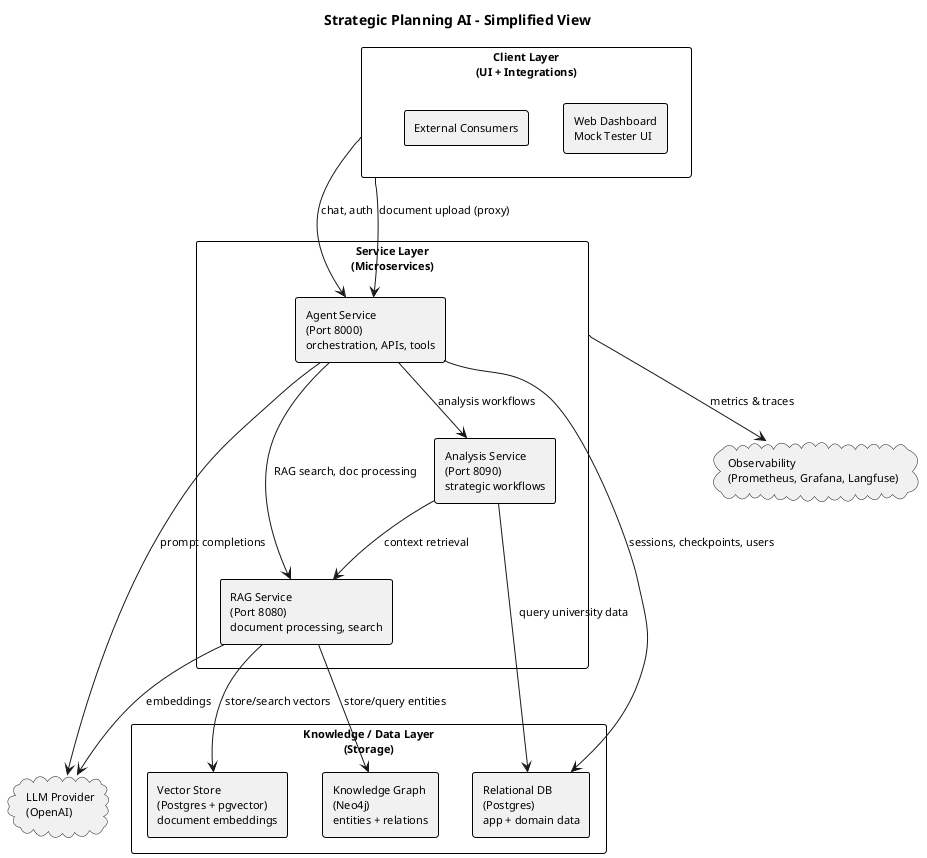
Earlier version of the PlantUML export architecture/A0_01_overview_simplified.png (HenryNVP/strategic_planning_AI).
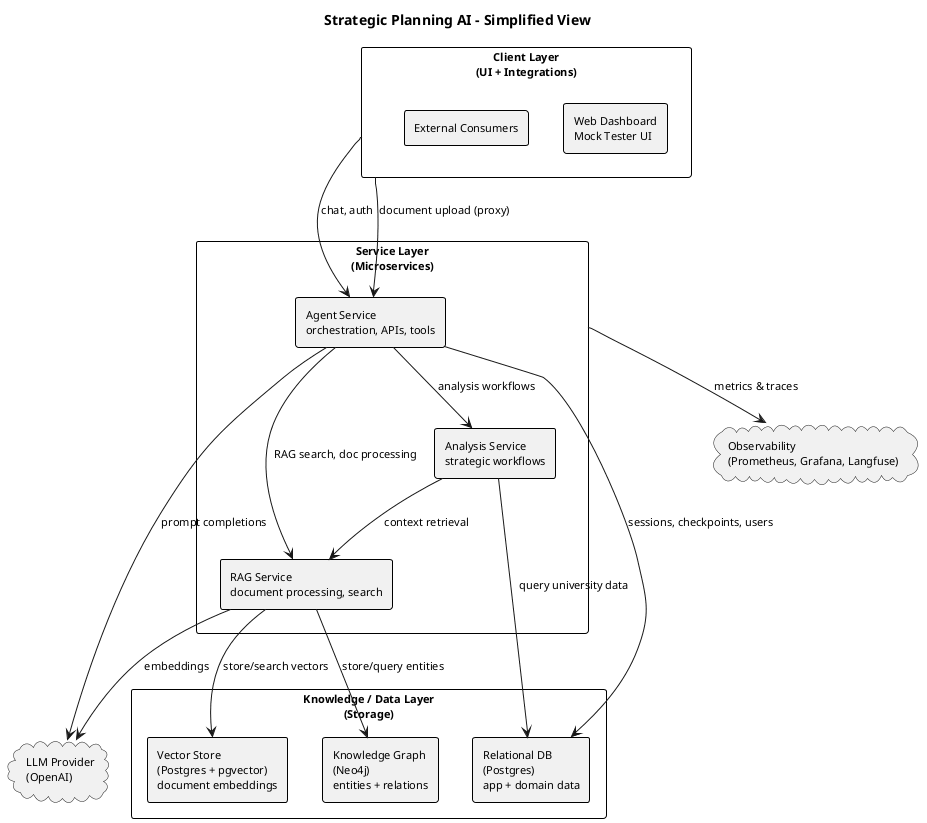
After the change.

Change to the diagram source:
```diff
@@ -16,9 +16,9 @@
 }
 
 rectangle "Service Layer\n(Microservices)" as SERVICE {
-  rectangle "Agent Service\n(Port 8000)\norchestration, APIs, tools" as AGENT_SVC
-  rectangle "RAG Service\n(Port 8080)\ndocument processing, search" as RAG_SVC
-  rectangle "Analysis Service\n(Port 8090)\nstrategic workflows" as ANALYSIS_SVC
+  rectangle "Agent Service\norchestration, APIs, tools" as AGENT_SVC
+  rectangle "RAG Service\ndocument processing, search" as RAG_SVC
+  rectangle "Analysis Service\nstrategic workflows" as ANALYSIS_SVC
 }
 
 rectangle "Knowledge / Data Layer\n(Storage)" as KNOWLEDGE {
```
